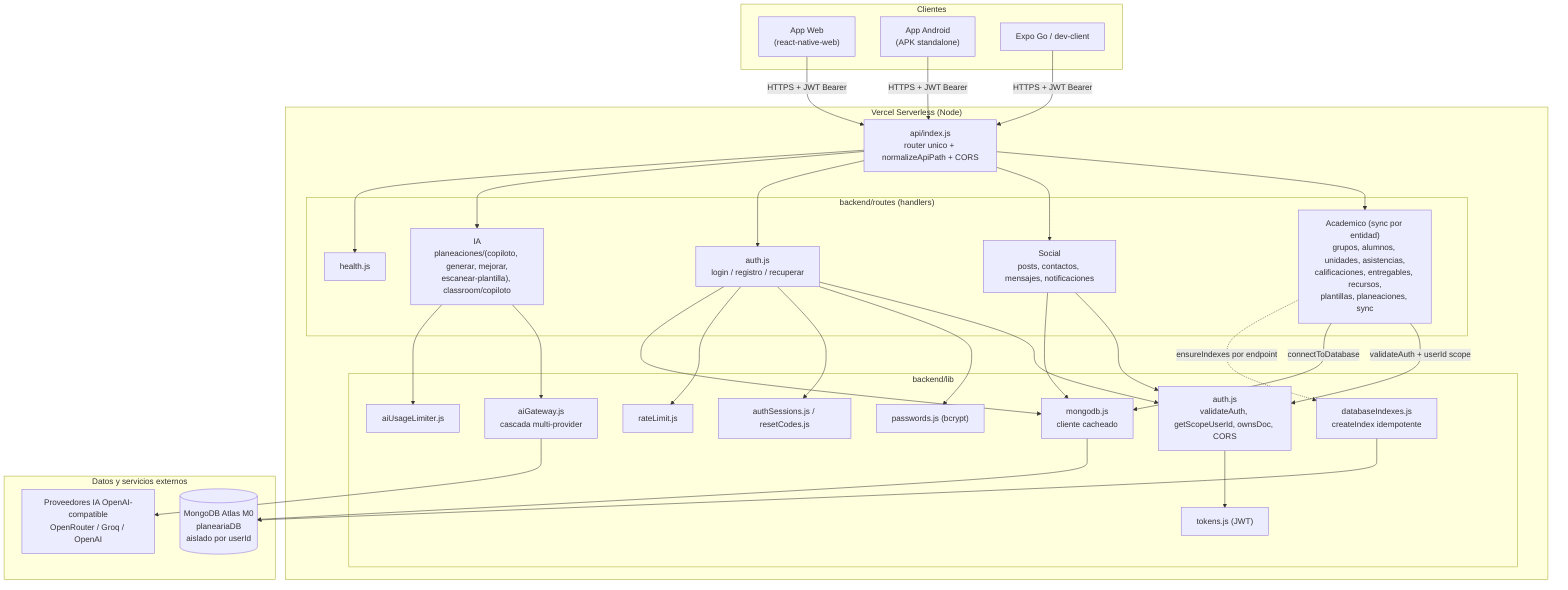
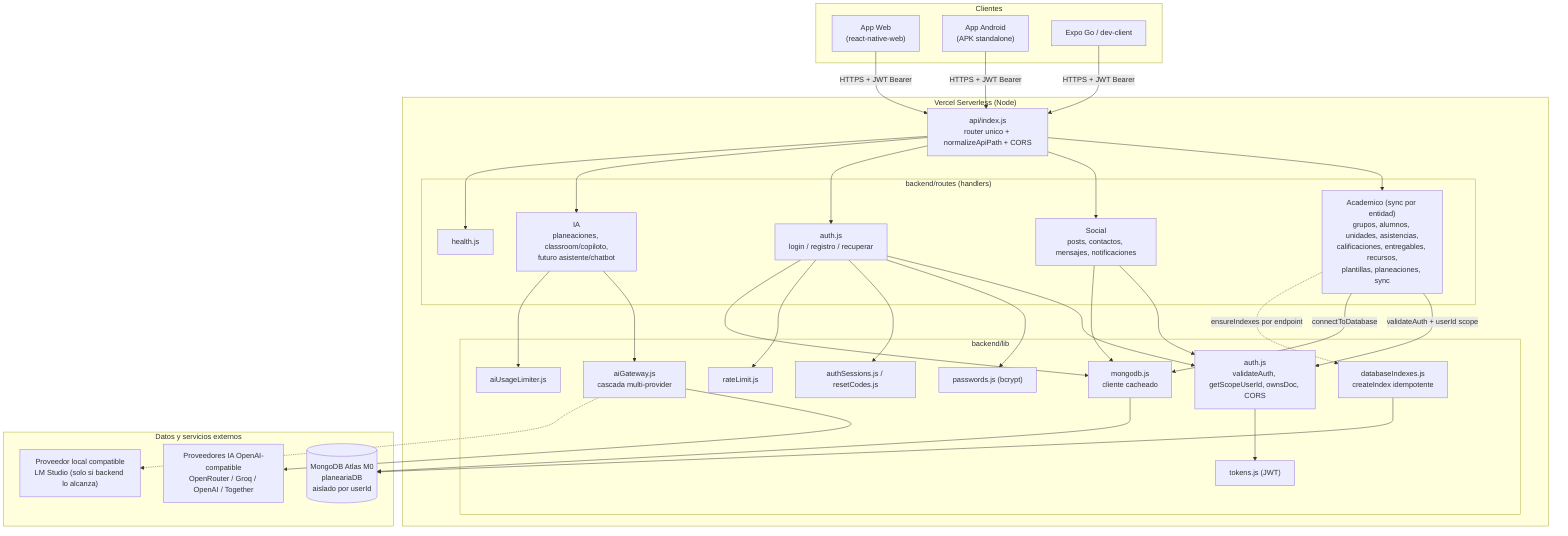
%% Arquitectura del Backend - PlanearIA
%% Node serverless en Vercel, router unico, MongoDB Atlas, IA gateway multi-provider
flowchart TB
    subgraph clients["Clientes"]
        web["App Web<br/>(react-native-web)"]
        apk["App Android<br/>(APK standalone)"]
        expo["Expo Go / dev-client"]
    end

    subgraph vercel["Vercel Serverless (Node)"]
        router["api/index.js<br/>router unico + normalizeApiPath + CORS"]

        subgraph routes["backend/routes (handlers)"]
            acad["Academico (sync por entidad)<br/>grupos, alumnos, unidades, asistencias,<br/>calificaciones, entregables, recursos,<br/>plantillas, planeaciones, sync"]
            social["Social<br/>posts, contactos, mensajes, notificaciones"]
            authr["auth.js<br/>login / registro / recuperar"]
-             ai["IA<br/>planeaciones/(copiloto, generar, mejorar,<br/>escanear-plantilla), classroom/copiloto"]
+             ai["IA<br/>planeaciones, classroom/copiloto,<br/>futuro asistente/chatbot"]
            health["health.js"]
        end

        subgraph libs["backend/lib"]
            authlib["auth.js<br/>validateAuth, getScopeUserId, ownsDoc, CORS"]
            tokens["tokens.js (JWT)"]
            passwords["passwords.js (bcrypt)"]
            rate["rateLimit.js"]
            sessions["authSessions.js / resetCodes.js"]
            mongolib["mongodb.js<br/>cliente cacheado"]
            idx["databaseIndexes.js<br/>createIndex idempotente"]
            aigw["aiGateway.js<br/>cascada multi-provider"]
            ailimit["aiUsageLimiter.js"]
        end
    end

    subgraph data["Datos y servicios externos"]
        mongo[("MongoDB Atlas M0<br/>planeariaDB<br/>aislado por userId")]
-         providers["Proveedores IA OpenAI-compatible<br/>OpenRouter / Groq / OpenAI"]
+         providers["Proveedores IA OpenAI-compatible<br/>OpenRouter / Groq / OpenAI / Together"]
+         localai["Proveedor local compatible<br/>LM Studio (solo si backend lo alcanza)"]
    end

    web -->|"HTTPS + JWT Bearer"| router
    apk -->|"HTTPS + JWT Bearer"| router
    expo -->|"HTTPS + JWT Bearer"| router

    router --> acad
    router --> social
    router --> authr
    router --> ai
    router --> health

    acad -->|"validateAuth + userId scope"| authlib
    social --> authlib
    authr --> authlib
    authlib --> tokens
    authr --> passwords
    authr --> sessions
    authr --> rate

    acad -->|"connectToDatabase"| mongolib
    social --> mongolib
    authr --> mongolib
    acad -.->|"ensureIndexes por endpoint"| idx
    mongolib --> mongo
    idx --> mongo

    ai --> aigw
    ai --> ailimit
    aigw --> providers
+     aigw -.-> localai
